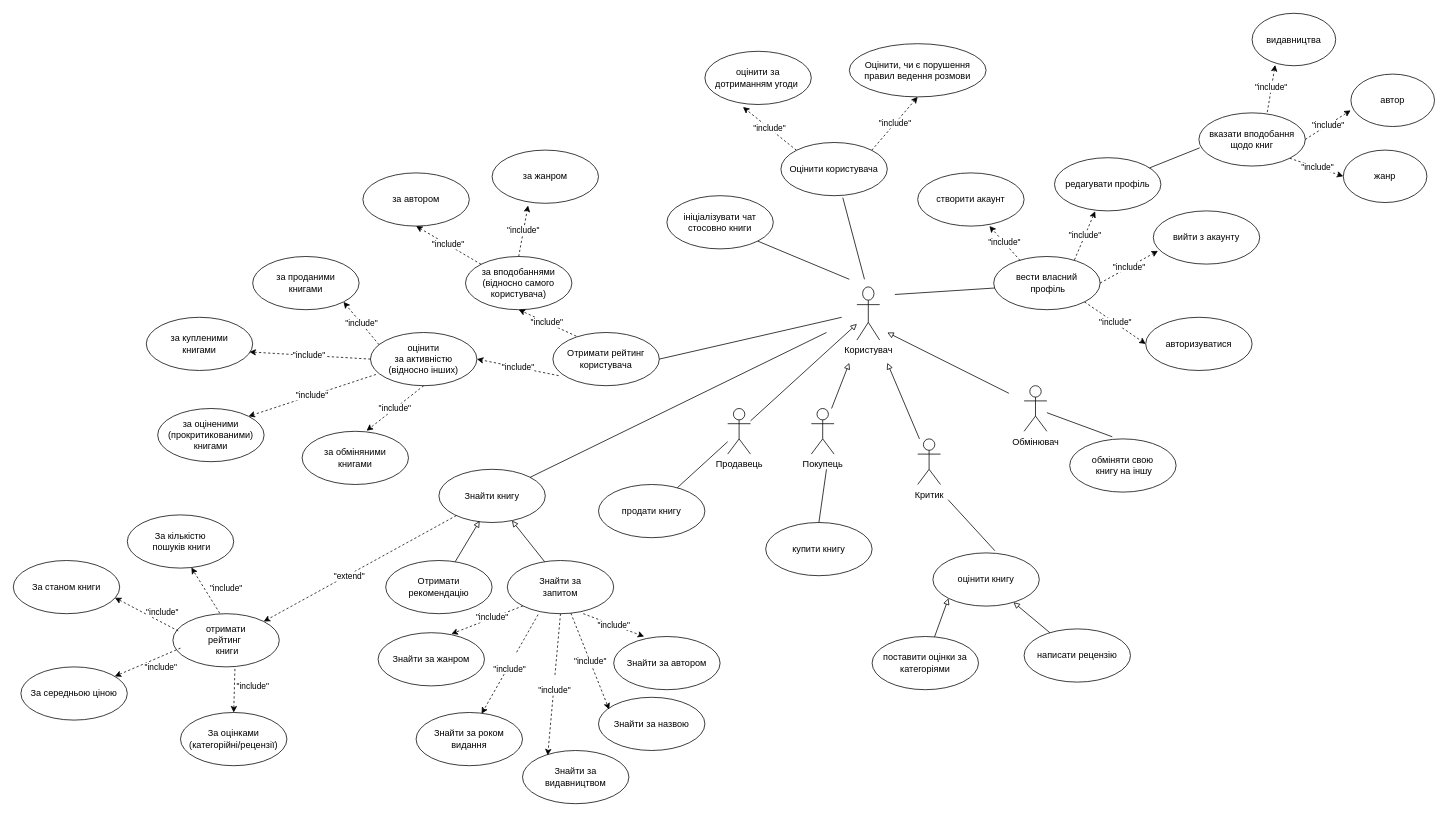
AnnaBozhenko/BookResources keeps this draw.io diagram as business_analytics/use_case.drawio. Above is the earlier version. Source tidied: cells renumbered, new cells numbered last; positions are measured from the earlier drawing's top-left corner, leaving out a move shared by most shapes. Both pictures are drawn from the tidied source at 76%, with x=0, y=0 at pixel (13, 13).
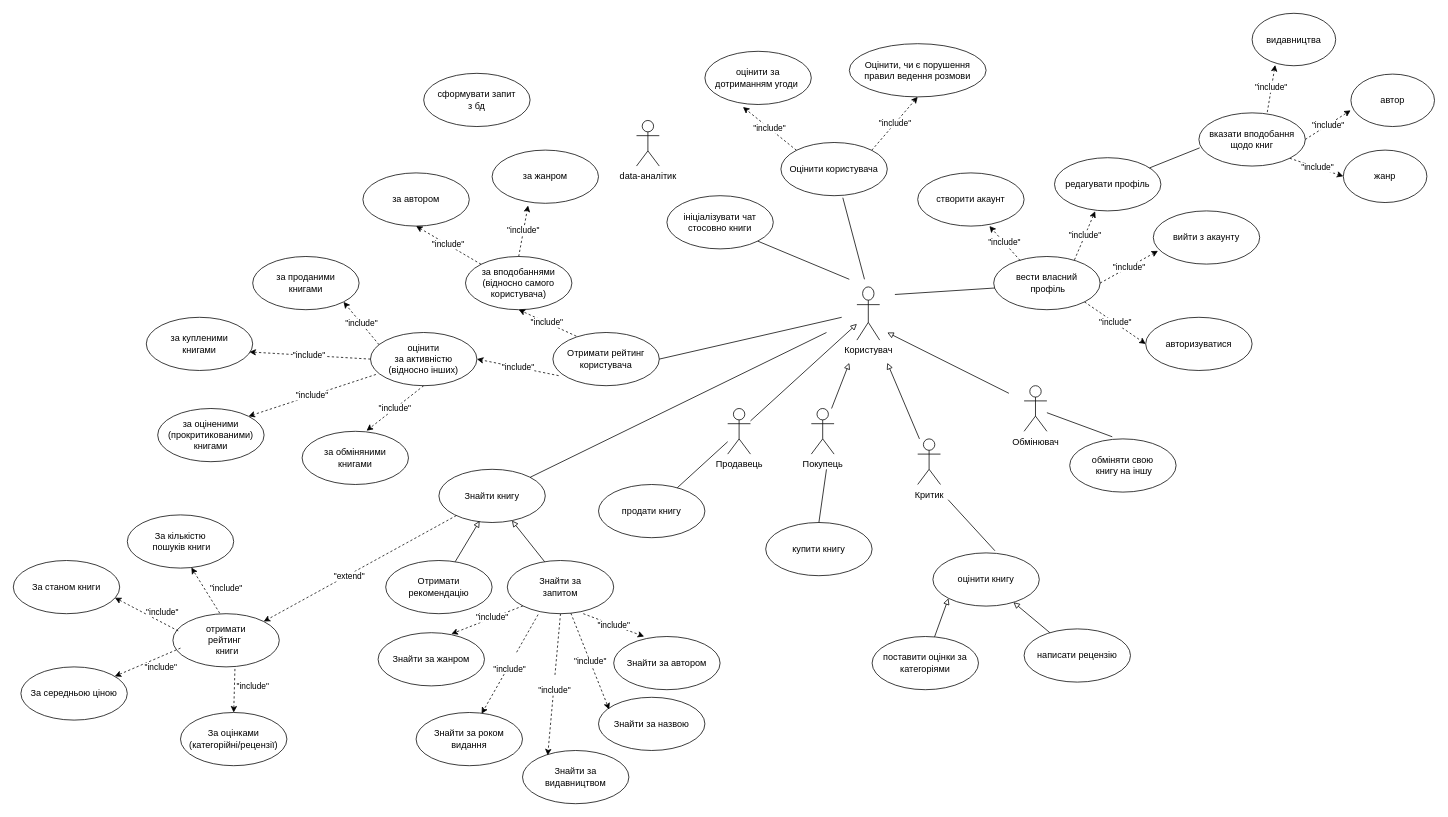
After the change.

Change to the diagram source:
```diff
@@
+    <mxCell id="99" value="data-аналітик" style="shape=umlActor;verticalLabelPosition=bottom;verticalAlign=top;html=1;" parent="1" vertex="1">
+      <mxGeometry x="820" y="141" width="30" height="60" as="geometry" />
+    </mxCell>
+    <mxCell id="100" value="сформувати запит&lt;br&gt;&amp;nbsp;з бд&amp;nbsp;" style="ellipse;whiteSpace=wrap;html=1;" parent="1" vertex="1">
+      <mxGeometry x="540" y="79" width="140" height="70" as="geometry" />
+    </mxCell>
```
